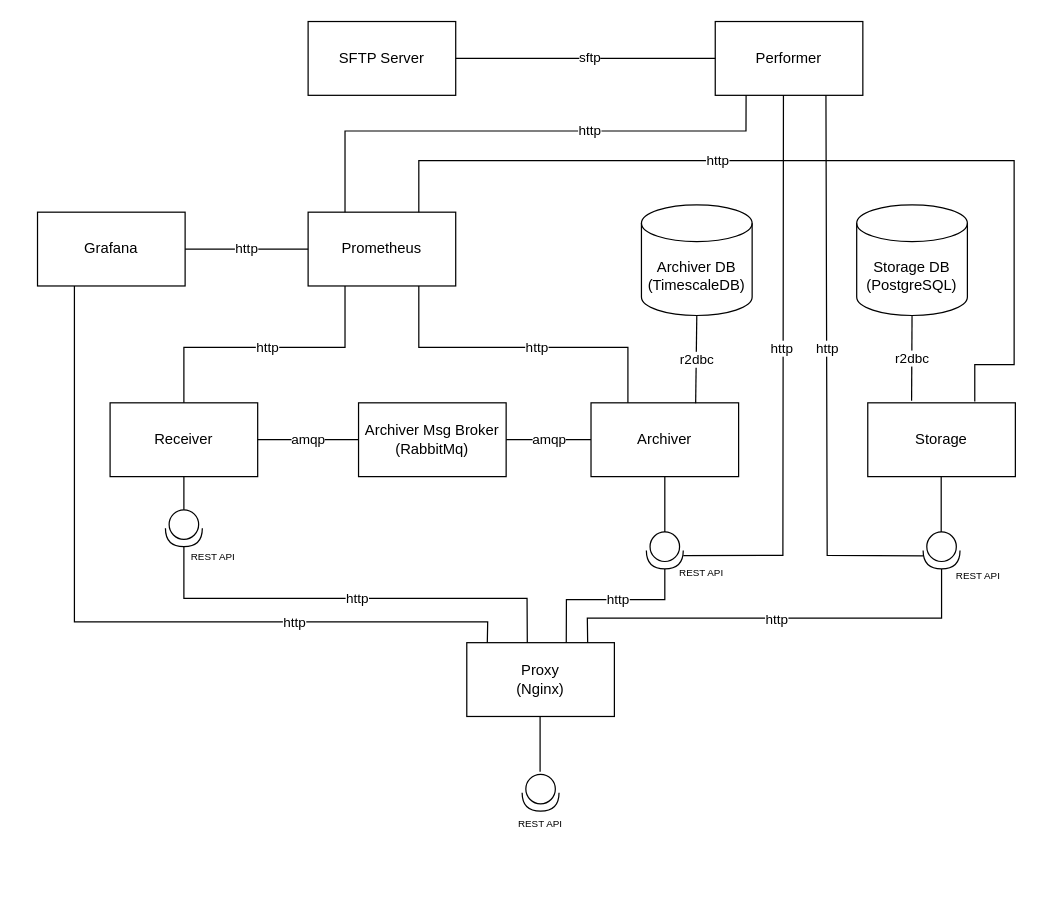
Before: utils/docs/location-tracker-architecture.drawio in DSniatecki/location-tracker, a draw.io diagram. Source tidied: cells renumbered, new cells numbered last; positions are measured from the earlier drawing's top-left corner, leaving out a move shared by most shapes. Both pictures are drawn from the tidied source at 123%, with x=0, y=0 at pixel (37, 21).
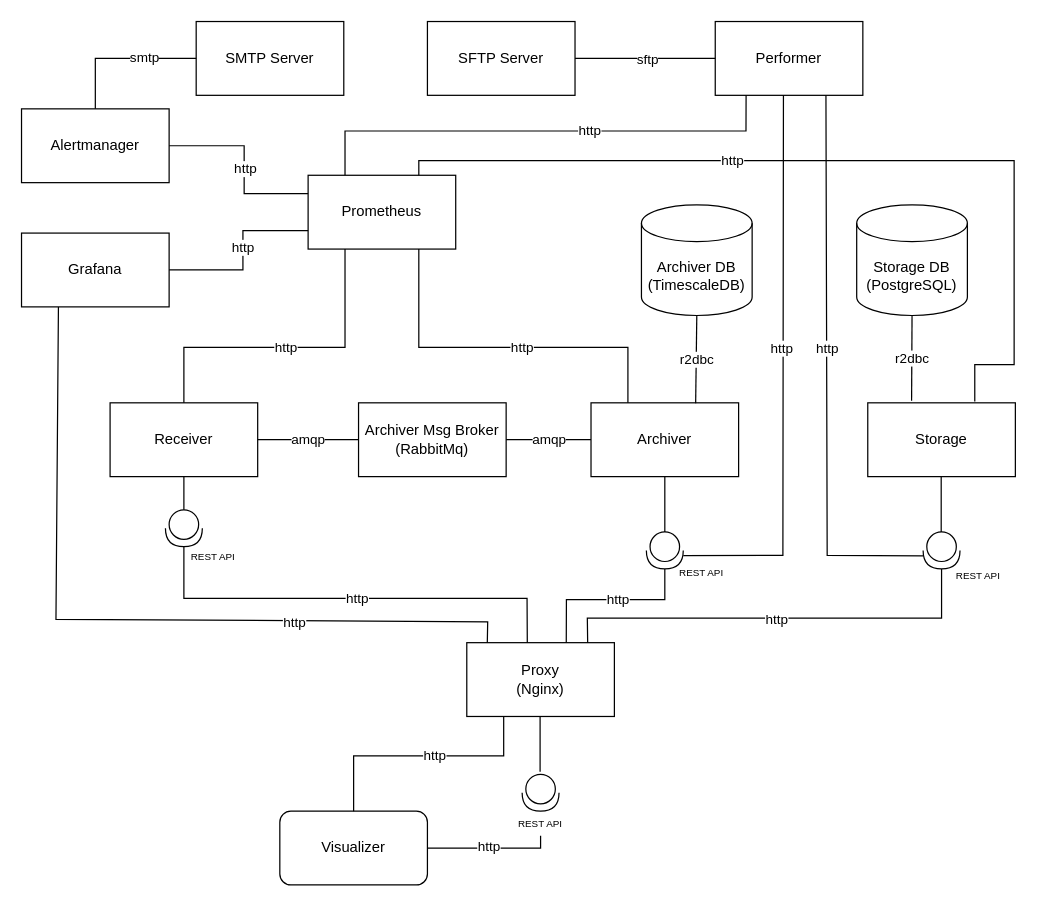
After the change.

Commit message (it also covers changes not shown here):
Add Alertmanager wtih SMTP server to local environment

Unchanged cells that the change refers to:
```xml
<mxCell id="29" value="Proxy&lt;br&gt;(Nginx)" style="rounded=0;whiteSpace=wrap;html=1;" parent="1" vertex="1">
  <mxGeometry x="349" y="505" width="120" height="60" as="geometry" />
</mxCell>
<mxCell id="31" value="&lt;font style=&quot;font-size: 8px&quot;&gt;REST API&lt;/font&gt;" style="text;html=1;strokeColor=none;fillColor=none;align=center;verticalAlign=middle;whiteSpace=wrap;rounded=0;fontSize=9;" parent="1" vertex="1">
  <mxGeometry x="379" y="642" width="60" height="20" as="geometry" />
</mxCell>
```

What changed in the source:
```diff
@@
     <mxCell id="4" value="Prometheus" style="rounded=0;whiteSpace=wrap;html=1;" parent="1" vertex="1">
-      <mxGeometry x="220" y="155" width="120" height="60" as="geometry" />
+      <mxGeometry x="220" y="125" width="120" height="60" as="geometry" />
     </mxCell>
     <mxCell id="5" value="Grafana&lt;br&gt;" style="rounded=0;whiteSpace=wrap;html=1;" parent="1" vertex="1">
-      <mxGeometry y="155" width="120" height="60" as="geometry" />
+      <mxGeometry x="-13" y="172" width="120" height="60" as="geometry" />
     </mxCell>
@@
-    <mxCell id="13" value="http&lt;br&gt;" style="endArrow=none;html=1;rounded=0;entryX=0;entryY=0.5;entryDx=0;entryDy=0;exitX=1;exitY=0.5;exitDx=0;exitDy=0;" parent="1" edge="1" source="5" target="4">
-      <mxGeometry relative="1" as="geometry" />
+    <mxCell id="13" value="http&lt;br&gt;" style="endArrow=none;html=1;rounded=0;exitX=1;exitY=0.5;exitDx=0;exitDy=0;entryX=0;entryY=0.75;entryDx=0;entryDy=0;" parent="1" edge="1" source="5" target="4">
+      <mxGeometry x="0.08" relative="1" as="geometry">
+        <Array as="points">
+          <mxPoint x="167" y="202" />
+          <mxPoint x="167" y="170" />
+        </Array>
+      </mxGeometry>
     </mxCell>
@@
     <mxCell id="33" style="endArrow=none;html=1;rounded=0;entryX=0.25;entryY=1;entryDx=0;entryDy=0;exitX=0.139;exitY=0;exitDx=0;exitDy=0;exitPerimeter=0;" parent="1" edge="1" source="29" target="5">
       <mxGeometry relative="1" as="geometry">
         <Array as="points">
           <mxPoint x="366" y="488" />
-          <mxPoint x="30" y="488" />
+          <mxPoint x="15" y="486" />
         </Array>
       </mxGeometry>
     </mxCell>
@@
     <mxCell id="42" value="SFTP Server" style="rounded=0;whiteSpace=wrap;html=1;" parent="1" vertex="1">
-      <mxGeometry x="220" width="120" height="60" as="geometry" />
+      <mxGeometry x="317" width="120" height="60" as="geometry" />
     </mxCell>
@@
     <mxCell id="50" value="sftp" style="edgeLabel;html=1;align=center;verticalAlign=middle;" parent="1" vertex="1">
-      <mxGeometry x="448" y="28" as="geometry" />
+      <mxGeometry x="495" y="30" as="geometry" />
     </mxCell>
+    <mxCell id="51" value="SMTP Server" style="rounded=0;whiteSpace=wrap;html=1;" parent="1" vertex="1">
+      <mxGeometry x="129" width="120" height="60" as="geometry" />
+    </mxCell>
+    <mxCell id="52" value="Alertmanager" style="rounded=0;whiteSpace=wrap;html=1;" parent="1" vertex="1">
+      <mxGeometry x="-13" y="71" width="120" height="60" as="geometry" />
+    </mxCell>
+    <mxCell id="53" value="http&lt;br&gt;" style="endArrow=none;html=1;rounded=0;exitX=1;exitY=0.5;exitDx=0;exitDy=0;entryX=0;entryY=0.25;entryDx=0;entryDy=0;" parent="1" edge="1" source="52" target="4">
+      <mxGeometry x="0.05" y="1" relative="1" as="geometry">
+        <Array as="points">
+          <mxPoint x="168" y="101" />
+          <mxPoint x="168" y="140" />
+        </Array>
+      </mxGeometry>
+    </mxCell>
+    <mxCell id="54" value="smtp" style="endArrow=none;html=1;rounded=0;exitX=0.5;exitY=0;exitDx=0;exitDy=0;entryX=0;entryY=0.5;entryDx=0;entryDy=0;" parent="1" edge="1" source="52" target="51">
+      <mxGeometry x="0.32" y="1" relative="1" as="geometry">
+        <Array as="points">
+          <mxPoint x="47" y="30" />
+        </Array>
+      </mxGeometry>
+    </mxCell>
+    <mxCell id="55" value="http&lt;br&gt;" style="endArrow=none;html=1;rounded=0;exitX=1;exitY=0.5;exitDx=0;exitDy=0;entryX=0.5;entryY=1;entryDx=0;entryDy=0;" parent="1" edge="1" source="56" target="31">
+      <mxGeometry x="-0.02" y="1" relative="1" as="geometry">
+        <Array as="points">
+          <mxPoint x="409" y="672" />
+        </Array>
+      </mxGeometry>
+    </mxCell>
+    <mxCell id="56" value="Visualizer" style="rounded=1;whiteSpace=wrap;html=1;" parent="1" vertex="1">
+      <mxGeometry x="197" y="642" width="120" height="60" as="geometry" />
+    </mxCell>
+    <mxCell id="57" value="http&lt;br&gt;" style="endArrow=none;html=1;rounded=0;exitX=0.5;exitY=0;exitDx=0;exitDy=0;entryX=0.25;entryY=1;entryDx=0;entryDy=0;" parent="1" edge="1" source="56" target="29">
+      <mxGeometry x="0.12" relative="1" as="geometry">
+        <Array as="points">
+          <mxPoint x="257" y="619" />
+          <mxPoint x="257" y="597" />
+          <mxPoint x="320" y="597" />
+          <mxPoint x="379" y="597" />
+        </Array>
+      </mxGeometry>
+    </mxCell>
```
